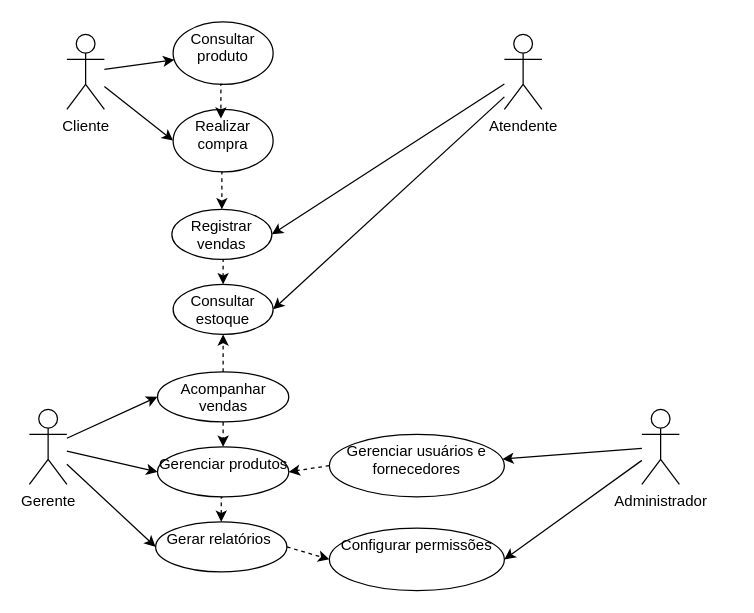
lucitachi/diagramasderequisitos keeps this draw.io diagram as page "Página-7" (7 of 7) of Diagrama sem nome.drawio. Above is the earlier version. Source tidied: cells renumbered, new cells numbered last; positions are measured from the earlier drawing's top-left corner, leaving out a move shared by most shapes. Both pictures are drawn from the tidied source at 125%, with x=0, y=0 at pixel (29, 21).
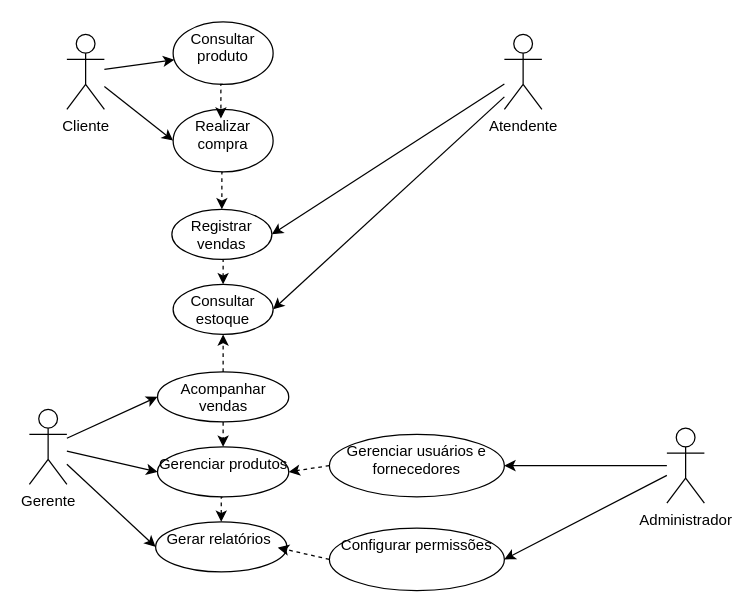
After the change.

Unchanged cells that the change refers to:
```xml
<mxCell id="25" value="Gerar relatórios&amp;nbsp;" style="ellipse;whiteSpace=wrap;html=1;verticalAlign=top;" parent="1" vertex="1">
  <mxGeometry x="101" y="400" width="105" height="40" as="geometry" />
</mxCell>
<mxCell id="30" value="Configurar permissões" style="ellipse;whiteSpace=wrap;html=1;verticalAlign=top;" parent="1" vertex="1">
  <mxGeometry x="240" y="405" width="140" height="50" as="geometry" />
</mxCell>
```

What changed in the source:
```diff
@@
     <mxCell id="5" value="Administrador" style="shape=umlActor;verticalLabelPosition=bottom;verticalAlign=top;html=1;outlineConnect=0;" parent="1" vertex="1">
-      <mxGeometry x="490" y="310" width="30" height="60" as="geometry" />
+      <mxGeometry x="510" y="325" width="30" height="60" as="geometry" />
     </mxCell>
@@
-    <mxCell id="24" style="rounded=0;jettySize=auto;html=1;exitX=1;exitY=0.5;exitDx=0;exitDy=0;entryX=0;entryY=0.5;entryDx=0;entryDy=0;dashed=1;" parent="1" edge="1" source="25" target="30">
-      <mxGeometry relative="1" as="geometry" />
-    </mxCell>
@@
+    <mxCell id="32" style="rounded=0;jettySize=auto;html=1;exitX=0;exitY=0.5;exitDx=0;exitDy=0;entryX=0.931;entryY=0.515;entryDx=0;entryDy=0;entryPerimeter=0;dashed=1;" parent="1" edge="1" source="30" target="25">
+      <mxGeometry relative="1" as="geometry" />
+    </mxCell>
```
